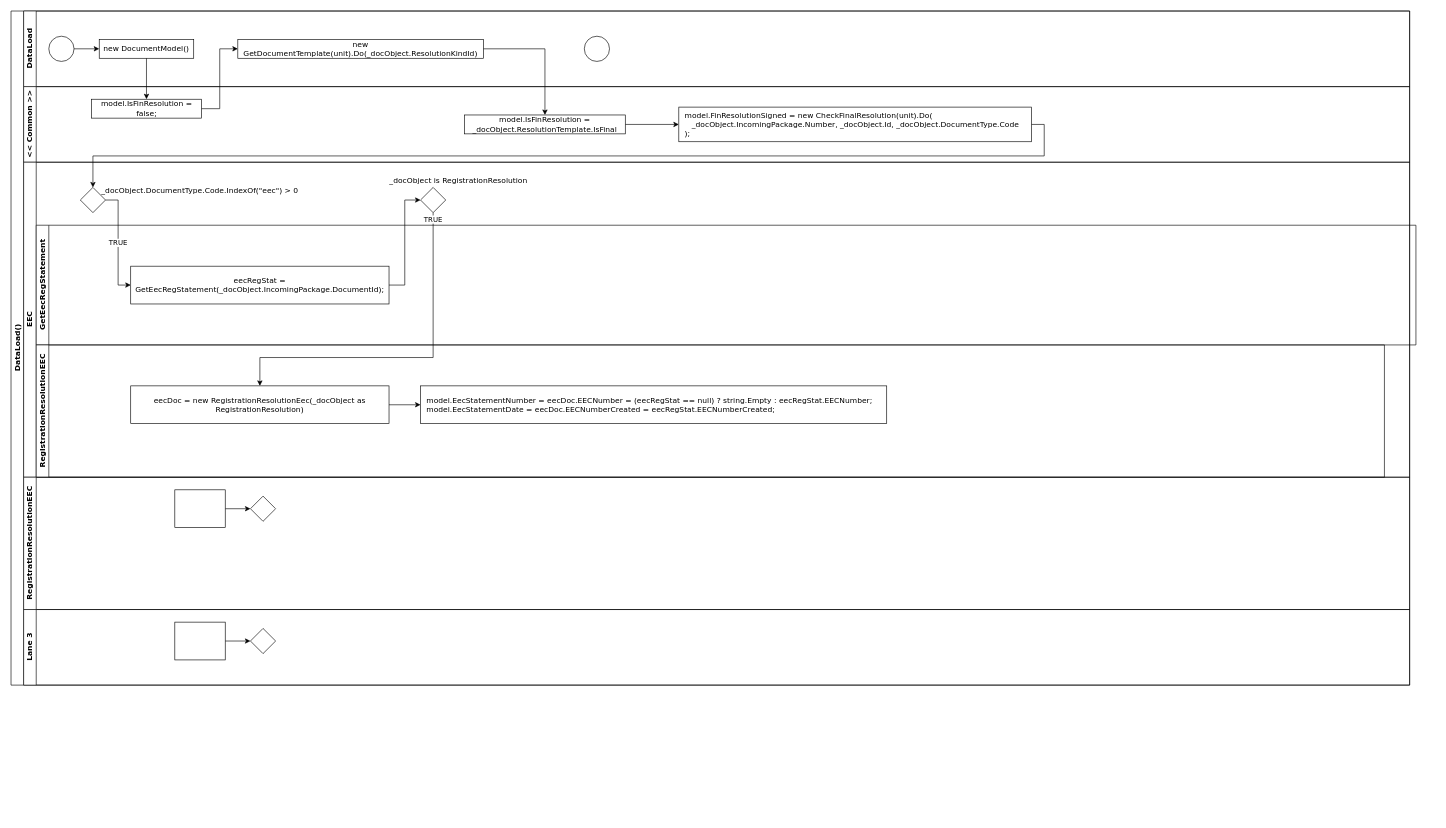
The draw.io diagram portal/App_Code/CS_Code/Controllers/DocumentFormController.cs/DataLoad().SwingRoadDiagram.Refactoring.drawio in davyd0ff/so-line-grls, before the edit. Source tidied: cells renumbered, new cells numbered last; positions are measured from the earlier drawing's top-left corner, leaving out a move shared by most shapes. Both pictures are drawn from the tidied source at 63%, with x=0, y=0 at pixel (11, 11).
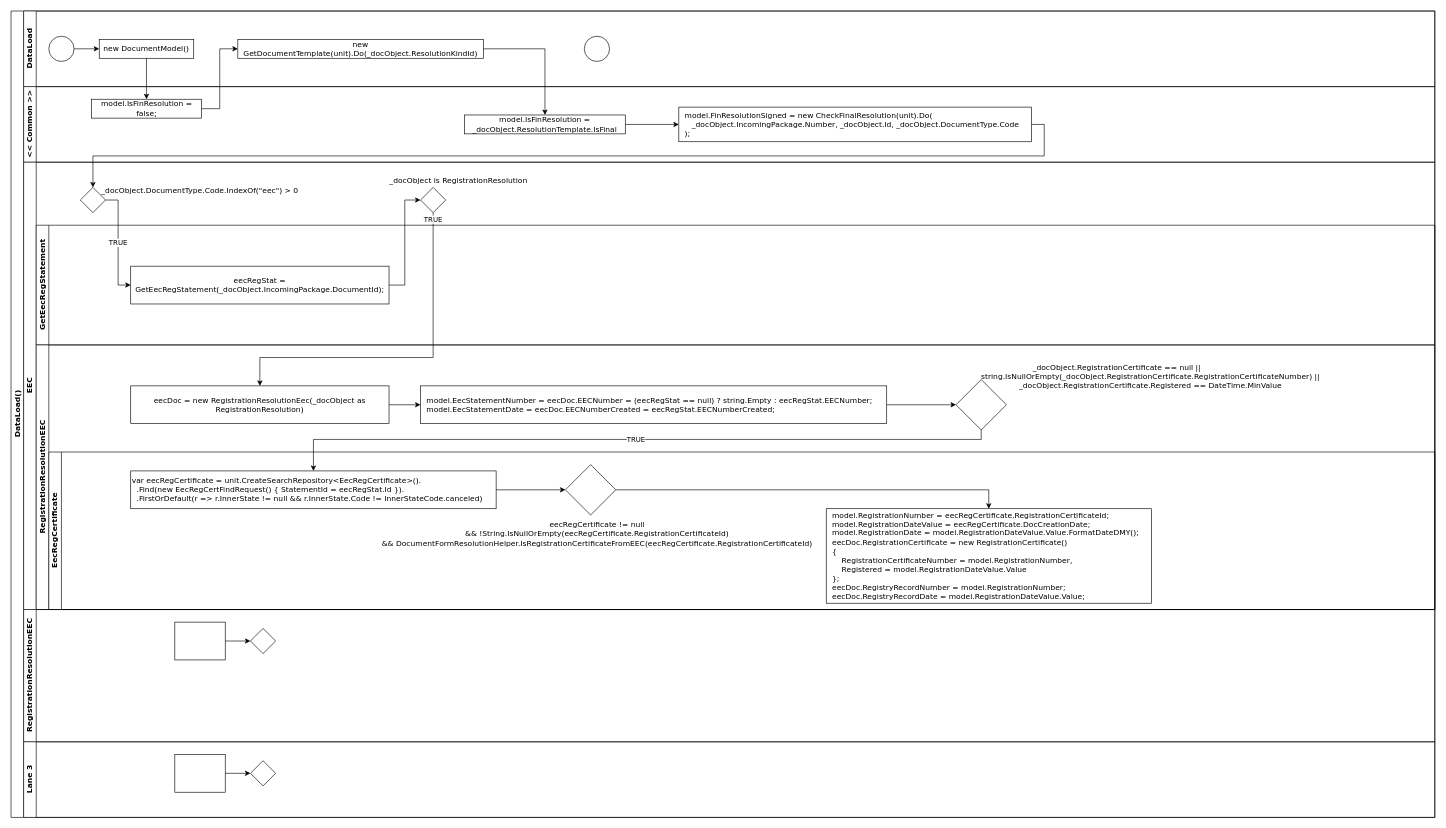
After the change.

Unchanged cells that the change refers to:
```xml
<mxCell id="22" value="&lt;div&gt;&amp;nbsp; model.EecStatementNumber = eecDoc.EECNumber = (eecRegStat == null) ? string.Empty : eecRegStat.EECNumber;&lt;/div&gt;&lt;div&gt;&amp;nbsp; model.EecStatementDate = eecDoc.EECNumberCreated = eecRegStat.EECNumberCreated;&lt;/div&gt;" style="whiteSpace=wrap;html=1;fontFamily=Verdana;fontColor=#000000;rounded=0;align=left;" parent="20" vertex="1">
  <mxGeometry x="610" y="65" width="740" height="60" as="geometry" />
</mxCell>
```

The edit, as a diff of the source:
```diff
@@
     <mxCell id="2" value="DataLoad()" style="swimlane;html=1;horizontal=0;startSize=20;fontFamily=Verdana;" parent="1" vertex="1">
-      <mxGeometry width="2220" height="1070" as="geometry" />
+      <mxGeometry width="2260" height="1280" as="geometry" />
     </mxCell>
     <mxCell id="3" value="DataLoad" style="swimlane;html=1;startSize=20;horizontal=0;fontFamily=Verdana;" parent="2" vertex="1">
-      <mxGeometry x="20" width="2200" height="120" as="geometry" />
+      <mxGeometry x="20" width="2240" height="120" as="geometry" />
     </mxCell>
@@
     <mxCell id="9" value="&amp;lt;&amp;lt; Common &amp;gt;&amp;gt;" style="swimlane;html=1;startSize=20;horizontal=0;fontFamily=Verdana;" parent="2" vertex="1">
-      <mxGeometry x="20" y="120" width="2200" height="120" as="geometry" />
+      <mxGeometry x="20" y="120" width="2240" height="120" as="geometry" />
     </mxCell>
@@
     <mxCell id="14" value="EEC" style="swimlane;html=1;startSize=20;horizontal=0;fontFamily=Verdana;" parent="2" vertex="1">
-      <mxGeometry x="20" y="240" width="2200" height="500" as="geometry" />
+      <mxGeometry x="20" y="240" width="2240" height="710" as="geometry" />
     </mxCell>
@@
     <mxCell id="18" value="GetEecRegStatement" style="swimlane;html=1;startSize=20;horizontal=0;fontFamily=Verdana;" parent="14" vertex="1">
-      <mxGeometry x="20" y="100" width="2190" height="190" as="geometry" />
+      <mxGeometry x="20" y="100" width="2220" height="190" as="geometry" />
     </mxCell>
@@
     <mxCell id="20" value="RegistrationResolutionEEC" style="swimlane;html=1;startSize=20;horizontal=0;fontFamily=Verdana;" parent="14" vertex="1">
-      <mxGeometry x="20" y="290" width="2140" height="210" as="geometry" />
+      <mxGeometry x="20" y="290" width="2220" height="420" as="geometry" />
     </mxCell>
@@
+    <mxCell id="40" value="TRUE" style="edgeStyle=orthogonalEdgeStyle;rounded=0;jettySize=auto;html=1;fontFamily=Verdana;exitX=0.5;exitY=1;exitDx=0;exitDy=0;" parent="20" edge="1" source="41" target="45">
+      <mxGeometry relative="1" as="geometry">
+        <Array as="points">
+          <mxPoint x="1500" y="150" />
+          <mxPoint x="440" y="150" />
+        </Array>
+      </mxGeometry>
+    </mxCell>
+    <mxCell id="41" style="rhombus;whiteSpace=wrap;html=1;fontFamily=Verdana;align=left;fontColor=#000000;rounded=0;" parent="20" vertex="1">
+      <mxGeometry x="1460" y="55" width="80" height="80" as="geometry" />
+    </mxCell>
+    <mxCell id="42" style="edgeStyle=orthogonalEdgeStyle;rounded=0;jettySize=auto;html=1;fontFamily=Verdana;" parent="20" edge="1" source="22" target="41">
+      <mxGeometry relative="1" as="geometry" />
+    </mxCell>
+    <mxCell id="43" value="&lt;div&gt;_docObject.RegistrationCertificate == null ||&lt;/div&gt;&lt;div&gt;&amp;nbsp; &amp;nbsp; &amp;nbsp; &amp;nbsp; &amp;nbsp; &amp;nbsp; &amp;nbsp; &amp;nbsp; &amp;nbsp; &amp;nbsp; &amp;nbsp; &amp;nbsp; &amp;nbsp; &amp;nbsp; string.IsNullOrEmpty(_docObject.RegistrationCertificate.&lt;span style=&quot;background-color: initial;&quot;&gt;RegistrationCertificateNumber) ||&lt;/span&gt;&lt;/div&gt;&lt;div&gt;&amp;nbsp; &amp;nbsp; &amp;nbsp; &amp;nbsp; &amp;nbsp; &amp;nbsp; &amp;nbsp; &amp;nbsp; &amp;nbsp; &amp;nbsp; &amp;nbsp; &amp;nbsp; &amp;nbsp; &amp;nbsp; _docObject.RegistrationCertificate.Registered == DateTime.MinValue&lt;/div&gt;" style="text;html=1;align=center;verticalAlign=middle;strokeColor=none;fillColor=none;fontFamily=Verdana;" parent="20" vertex="1">
+      <mxGeometry x="1370" y="20" width="690" height="60" as="geometry" />
+    </mxCell>
+    <mxCell id="44" value="EecRegCertificate" style="swimlane;html=1;startSize=20;horizontal=0;fontFamily=Verdana;" parent="20" vertex="1">
+      <mxGeometry x="20" y="170" width="2200" height="250" as="geometry" />
+    </mxCell>
+    <mxCell id="45" value="&lt;div&gt;var eecRegCertificate = unit.CreateSearchRepository&amp;lt;EecRegCertificate&amp;gt;().&lt;/div&gt;&lt;div style=&quot;&quot;&gt;&amp;nbsp; .Find(new EecRegCertFindRequest() { StatementId = eecRegStat.Id }).&lt;/div&gt;&lt;div&gt;&amp;nbsp; .FirstOrDefault(r =&amp;gt; r.InnerState != null &amp;amp;&amp;amp; r.InnerState.Code != InnerStateCode.canceled)&lt;/div&gt;" style="rounded=0;whiteSpace=wrap;html=1;fontFamily=Verdana;fontSize=12;fontColor=#000000;align=left;" parent="44" vertex="1">
+      <mxGeometry x="130" y="30" width="580" height="60" as="geometry" />
+    </mxCell>
+    <mxCell id="46" style="rhombus;whiteSpace=wrap;html=1;fontFamily=Verdana;align=left;fontColor=#000000;rounded=0;" parent="44" vertex="1">
+      <mxGeometry x="820" y="20" width="80" height="80" as="geometry" />
+    </mxCell>
+    <mxCell id="47" style="edgeStyle=orthogonalEdgeStyle;rounded=0;jettySize=auto;html=1;fontFamily=Verdana;" parent="44" edge="1" source="45" target="46">
+      <mxGeometry relative="1" as="geometry" />
+    </mxCell>
+    <mxCell id="48" value="&lt;div&gt;eecRegCertificate != null&lt;/div&gt;&lt;div&gt;&amp;amp;&amp;amp; !String.IsNullOrEmpty(eecRegCertificate.RegistrationCertificateId)&lt;/div&gt;&lt;div&gt;&amp;amp;&amp;amp; DocumentFormResolutionHelper.IsRegistrationCertificateFromEEC(eecRegCertificate.RegistrationCertificateId)&lt;/div&gt;" style="text;html=1;align=center;verticalAlign=middle;strokeColor=none;fillColor=none;fontFamily=Verdana;" parent="44" vertex="1">
+      <mxGeometry x="515" y="100" width="710" height="60" as="geometry" />
+    </mxCell>
+    <mxCell id="49" value="&lt;div&gt;&amp;nbsp; model.RegistrationNumber = eecRegCertificate.RegistrationCertificateId;&lt;/div&gt;&lt;div&gt;&amp;nbsp; model.RegistrationDateValue = eecRegCertificate.DocCreationDate;&lt;/div&gt;&lt;div&gt;&amp;nbsp; model.RegistrationDate = model.RegistrationDateValue.Value.FormatDateDMY();&lt;/div&gt;&lt;div&gt;&amp;nbsp; eecDoc.RegistrationCertificate = new RegistrationCertificate()&lt;/div&gt;&lt;div&gt;&amp;nbsp; {&lt;/div&gt;&lt;div&gt;&amp;nbsp; &amp;nbsp; &amp;nbsp; RegistrationCertificateNumber = model.RegistrationNumber,&lt;/div&gt;&lt;div&gt;&amp;nbsp; &amp;nbsp; &amp;nbsp; Registered = model.RegistrationDateValue.Value&lt;/div&gt;&lt;div&gt;&amp;nbsp; };&lt;/div&gt;&lt;div&gt;&amp;nbsp; eecDoc.RegistryRecordNumber = model.RegistrationNumber;&lt;/div&gt;&lt;div&gt;&amp;nbsp; eecDoc.RegistryRecordDate = model.RegistrationDateValue.Value;&lt;/div&gt;" style="whiteSpace=wrap;html=1;fontFamily=Verdana;align=left;fontColor=#000000;rounded=0;" parent="44" vertex="1">
+      <mxGeometry x="1234" y="90" width="516" height="150" as="geometry" />
+    </mxCell>
+    <mxCell id="50" style="edgeStyle=orthogonalEdgeStyle;rounded=0;jettySize=auto;html=1;fontFamily=Verdana;entryX=0.5;entryY=0;entryDx=0;entryDy=0;" parent="44" edge="1" source="46" target="49">
+      <mxGeometry relative="1" as="geometry" />
+    </mxCell>
@@
     <mxCell id="27" value="RegistrationResolutionEEC" style="swimlane;html=1;startSize=20;horizontal=0;fontFamily=Verdana;" parent="2" vertex="1">
-      <mxGeometry x="20" y="740" width="2200" height="210" as="geometry" />
+      <mxGeometry x="20" y="950" width="2240" height="210" as="geometry" />
     </mxCell>
@@
     <mxCell id="31" value="Lane 3" style="swimlane;html=1;startSize=20;horizontal=0;fontFamily=Verdana;" parent="2" vertex="1">
-      <mxGeometry x="20" y="950" width="2200" height="120" as="geometry" />
+      <mxGeometry x="20" y="1160" width="2240" height="120" as="geometry" />
     </mxCell>
```
